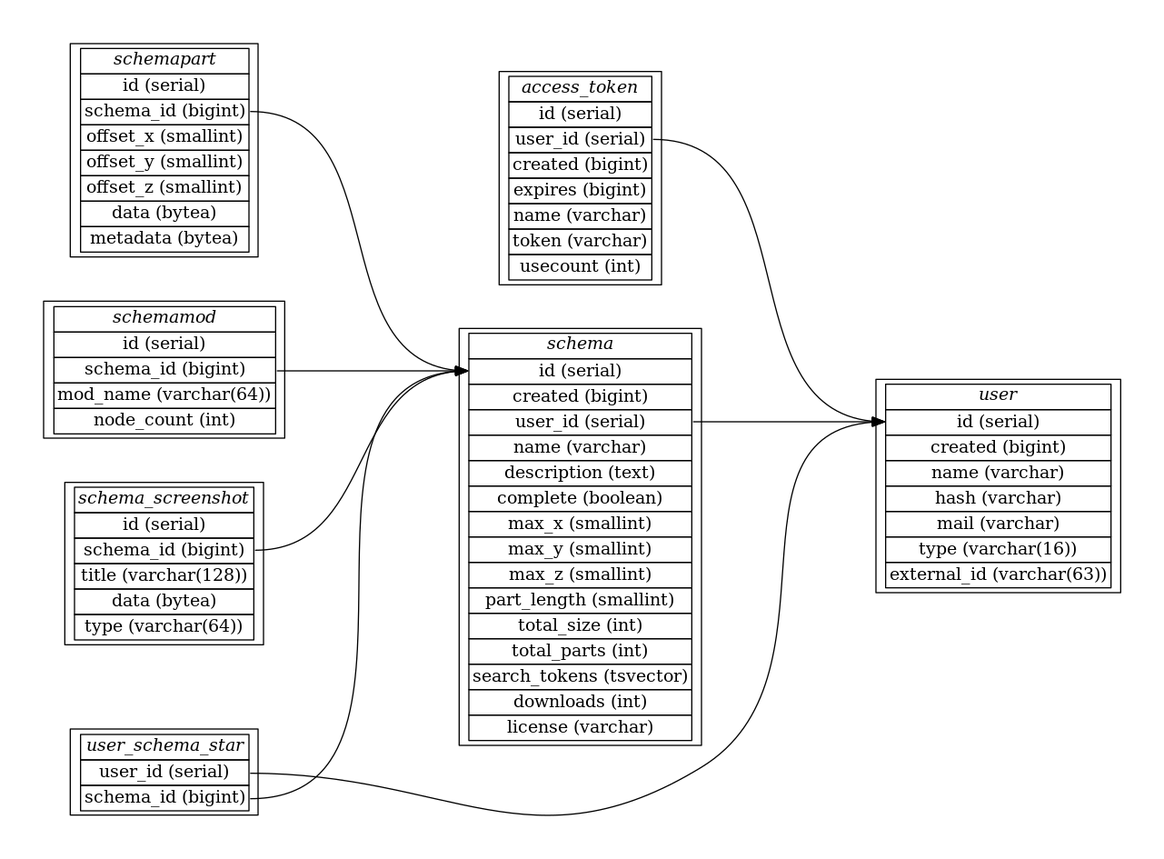
blockexchange/blockexchange_server keeps this Graphviz diagram as doc/database.png. Above is the earlier version. Its source is kept beside it as doc/database.dot.
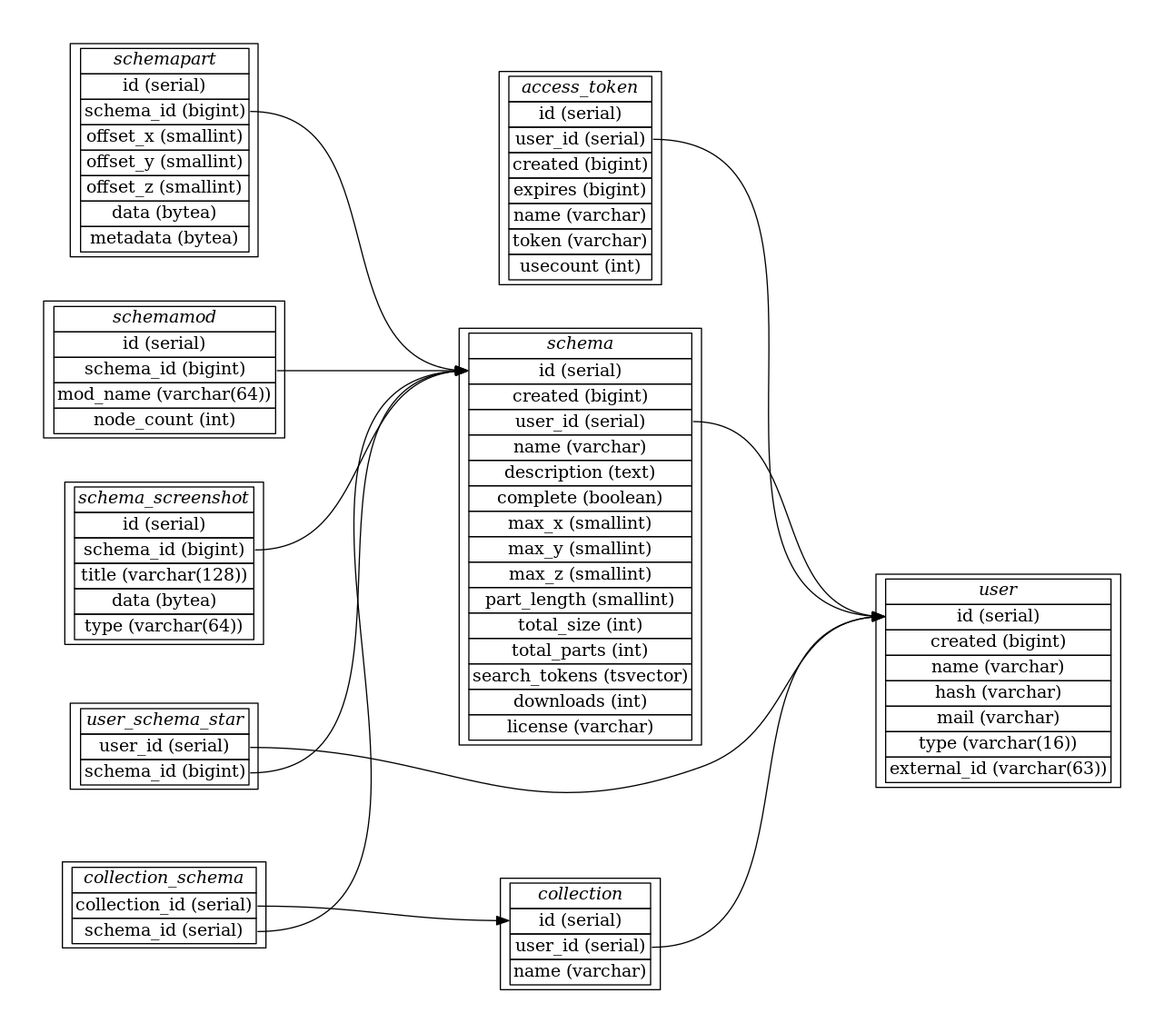
Later version of the same file.

Commit message:
collection dao and api

What changed in the source:
```diff
@@ -86,6 +86,24 @@
 	  <tr><td port="39">type (varchar(64))</td></tr>
 	</table>>];
 
+	collection [label=<
+	<table border="0" cellborder="1" cellspacing="0">
+	  <tr><td><i>collection</i></td></tr>
+		<tr><td port="50">id (serial)</td></tr>
+	  <tr><td port="51">user_id (serial)</td></tr>
+		<tr><td port="52">name (varchar)</td></tr>
+	</table>>];
+
+	collection_schema [label=<
+	<table border="0" cellborder="1" cellspacing="0">
+	  <tr><td><i>collection_schema</i></td></tr>
+		<tr><td port="61">collection_id (serial)</td></tr>
+		<tr><td port="62">schema_id (serial)</td></tr>
+	</table>>];
+
+	collection_schema:62 -> schema:6;
+	collection_schema:61 -> collection:50;
+	collection:51 -> user:1;
 	schema:8 -> user:1;
 	access_token:41 -> user:1
 	schemapart:23 -> schema:6;
```
